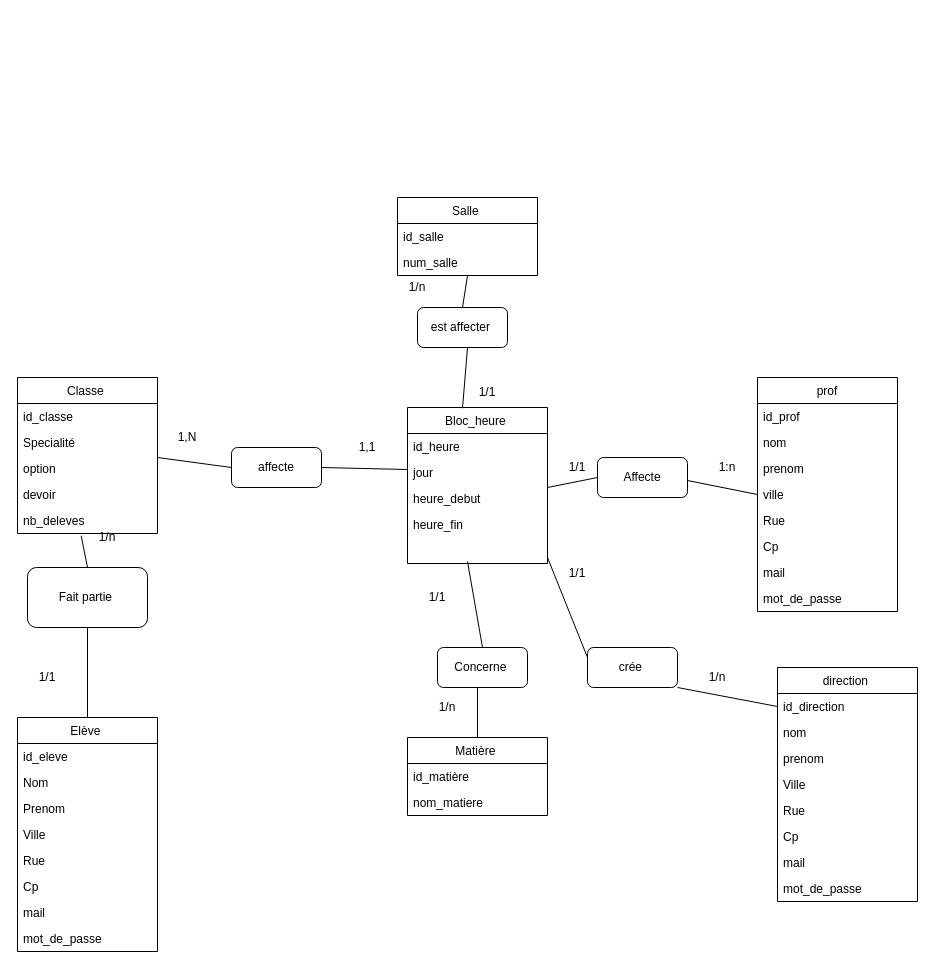
Before: Base de données/MCD Projet intranet.drawio in ArnaudLouisy/Projet_Pronote-, a draw.io diagram. Source tidied: cells renumbered, new cells numbered last; positions are measured from the earlier drawing's top-left corner, leaving out a move shared by most shapes. Both pictures are drawn from the tidied source at 100%, with x=0, y=0 at pixel (17, 197).
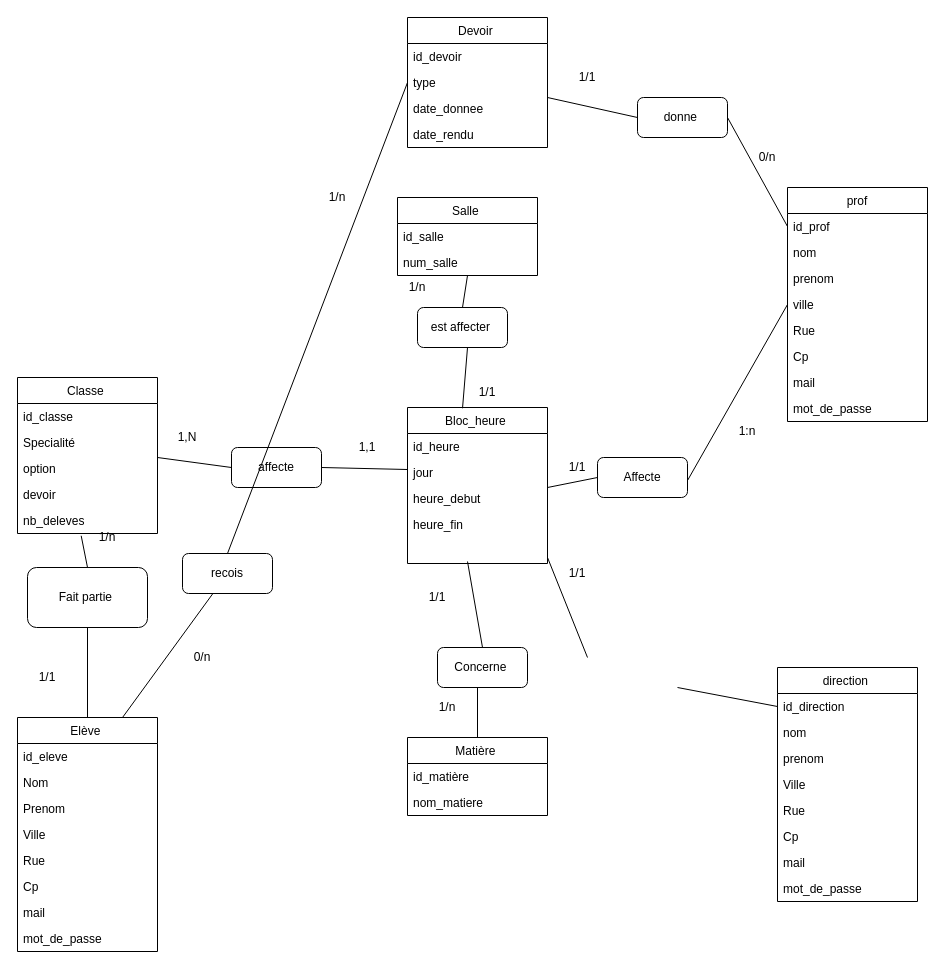
The same diagram, later.

Commit message (it also covers changes not shown here):
Feat : ajout du MLD + MPD(script SQL) du projet intranet

The change refers to these unchanged cells:
```xml
<mxCell id="2" value="Elève " style="swimlane;fontStyle=0;horizontal=1;startSize=26;fillColor=none;" parent="1" vertex="1">
  <mxGeometry y="520" width="140" height="234" as="geometry" />
</mxCell>
<mxCell id="21" value="id_prof" style="text;strokeColor=none;fillColor=none;align=left;verticalAlign=top;spacingLeft=4;spacingRight=4;overflow=hidden;points=[[0,0.5],[1,0.5]];portConstraint=eastwest;" parent="20" vertex="1">
  <mxGeometry y="26" width="140" height="26" as="geometry" />
</mxCell>
```

The edit, as a diff of the source:
```diff
@@
     <mxCell id="20" value="prof" style="swimlane;fontStyle=0;horizontal=1;startSize=26;fillColor=none;" parent="1" vertex="1">
-      <mxGeometry x="740" y="180" width="140" height="234" as="geometry" />
+      <mxGeometry x="770" y="-10" width="140" height="234" as="geometry" />
     </mxCell>
@@
     <mxCell id="71" value="1:n" style="text;html=1;strokeColor=none;fillColor=none;align=center;verticalAlign=middle;whiteSpace=wrap;rounded=0;" parent="1" vertex="1">
-      <mxGeometry x="690" y="260" width="40" height="20" as="geometry" />
+      <mxGeometry x="710" y="224" width="40" height="20" as="geometry" />
     </mxCell>
-    <mxCell id="72" value="crée&amp;nbsp;" style="rounded=1;whiteSpace=wrap;html=1;" parent="1" vertex="1">
-      <mxGeometry x="570" y="450" width="90" height="40" as="geometry" />
-    </mxCell>
@@
-    <mxCell id="74" style="endArrow=none;html=1;rounded=0;entryX=0;entryY=0.25;entryDx=0;entryDy=0;" parent="1" edge="1" target="72">
+    <mxCell id="74" style="endArrow=none;html=1;rounded=0;entryX=0;entryY=0.25;entryDx=0;entryDy=0;" parent="1" edge="1">
       <mxGeometry relative="1" as="geometry">
         <mxPoint x="530" y="360" as="sourcePoint" />
+        <mxPoint x="570" y="460" as="targetPoint" />
       </mxGeometry>
     </mxCell>
+    <mxCell id="76" value="1/1" style="text;html=1;strokeColor=none;fillColor=none;align=center;verticalAlign=middle;whiteSpace=wrap;rounded=0;" parent="1" vertex="1">
+      <mxGeometry x="540" y="366" width="40" height="20" as="geometry" />
+    </mxCell>
+    <mxCell id="77" value="Devoir " style="swimlane;fontStyle=0;horizontal=1;startSize=26;fillColor=none;" parent="1" vertex="1">
+      <mxGeometry x="390" y="-180" width="140" height="130" as="geometry" />
+    </mxCell>
+    <mxCell id="78" value="id_devoir" style="text;strokeColor=none;fillColor=none;align=left;verticalAlign=top;spacingLeft=4;spacingRight=4;overflow=hidden;" parent="77" vertex="1">
+      <mxGeometry y="26" width="140" height="26" as="geometry" />
+    </mxCell>
+    <mxCell id="79" value="type" style="text;strokeColor=none;fillColor=none;align=left;verticalAlign=top;spacingLeft=4;spacingRight=4;overflow=hidden;points=[[0,0.5],[1,0.5]];portConstraint=eastwest;" parent="77" vertex="1">
+      <mxGeometry y="52" width="140" height="26" as="geometry" />
+    </mxCell>
+    <mxCell id="80" value="date_donnee" style="text;strokeColor=none;fillColor=none;align=left;verticalAlign=top;spacingLeft=4;spacingRight=4;overflow=hidden;" parent="77" vertex="1">
+      <mxGeometry y="78" width="140" height="26" as="geometry" />
+    </mxCell>
+    <mxCell id="81" value="date_rendu" style="text;strokeColor=none;fillColor=none;align=left;verticalAlign=top;spacingLeft=4;spacingRight=4;overflow=hidden;" parent="77" vertex="1">
+      <mxGeometry y="104" width="140" height="26" as="geometry" />
+    </mxCell>
+    <mxCell id="82" value="donne&amp;nbsp;" style="rounded=1;whiteSpace=wrap;html=1;" parent="1" vertex="1">
+      <mxGeometry x="620" y="-100" width="90" height="40" as="geometry" />
+    </mxCell>
+    <mxCell id="83" style="endArrow=none;html=1;rounded=0;exitX=0;exitY=0.5;exitDx=0;exitDy=0;entryX=1;entryY=0.5;entryDx=0;entryDy=0;" parent="1" edge="1" source="21" target="82">
+      <mxGeometry relative="1" as="geometry" />
+    </mxCell>
+    <mxCell id="84" style="endArrow=none;html=1;rounded=0;entryX=0;entryY=0.5;entryDx=0;entryDy=0;" parent="1" edge="1" target="82">
+      <mxGeometry relative="1" as="geometry">
+        <mxPoint x="530" y="-100" as="sourcePoint" />
+      </mxGeometry>
+    </mxCell>
+    <mxCell id="85" value="0/n" style="text;html=1;strokeColor=none;fillColor=none;align=center;verticalAlign=middle;whiteSpace=wrap;rounded=0;" parent="1" vertex="1">
+      <mxGeometry x="730" y="-50" width="40" height="20" as="geometry" />
+    </mxCell>
+    <mxCell id="86" value="1/1" style="text;html=1;strokeColor=none;fillColor=none;align=center;verticalAlign=middle;whiteSpace=wrap;rounded=0;" parent="1" vertex="1">
+      <mxGeometry x="550" y="-130" width="40" height="20" as="geometry" />
+    </mxCell>
+    <mxCell id="87" value="recois" style="rounded=1;whiteSpace=wrap;html=1;" parent="1" vertex="1">
+      <mxGeometry x="165" y="356" width="90" height="40" as="geometry" />
+    </mxCell>
+    <mxCell id="88" style="endArrow=none;html=1;rounded=0;entryX=0;entryY=0.5;entryDx=0;entryDy=0;exitX=0.5;exitY=0;exitDx=0;exitDy=0;" parent="1" edge="1" source="87" target="79">
+      <mxGeometry relative="1" as="geometry" />
+    </mxCell>
+    <mxCell id="89" style="endArrow=none;html=1;rounded=0;exitX=0.75;exitY=0;exitDx=0;exitDy=0;" parent="1" edge="1" source="2" target="87">
+      <mxGeometry relative="1" as="geometry" />
+    </mxCell>
+    <mxCell id="90" value="0/n" style="text;html=1;strokeColor=none;fillColor=none;align=center;verticalAlign=middle;whiteSpace=wrap;rounded=0;" parent="1" vertex="1">
+      <mxGeometry x="165" y="450" width="40" height="20" as="geometry" />
+    </mxCell>
     <mxCell id="75" value="1/n" style="text;html=1;strokeColor=none;fillColor=none;align=center;verticalAlign=middle;whiteSpace=wrap;rounded=0;" parent="1" vertex="1">
-      <mxGeometry x="680" y="470" width="40" height="20" as="geometry" />
+      <mxGeometry x="300" y="-10" width="40" height="20" as="geometry" />
     </mxCell>
-    <mxCell id="76" value="1/1" style="text;html=1;strokeColor=none;fillColor=none;align=center;verticalAlign=middle;whiteSpace=wrap;rounded=0;" parent="1" vertex="1">
-      <mxGeometry x="540" y="366" width="40" height="20" as="geometry" />
-    </mxCell>
```
